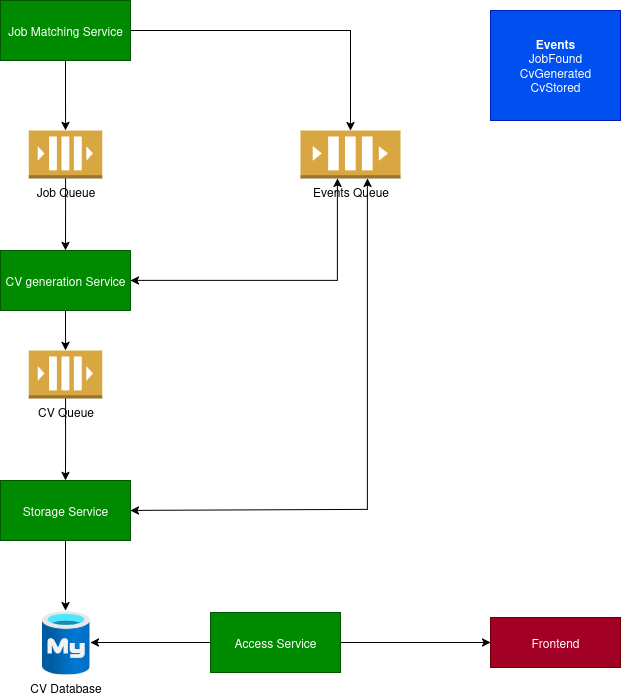
metemertkan/HirePilot keeps this draw.io diagram as HirePilot.drawio.png. Above is the earlier version. Source tidied: cells renumbered, new cells last; positions are measured from the earlier drawing's top-left corner, leaving out a move shared by most shapes.
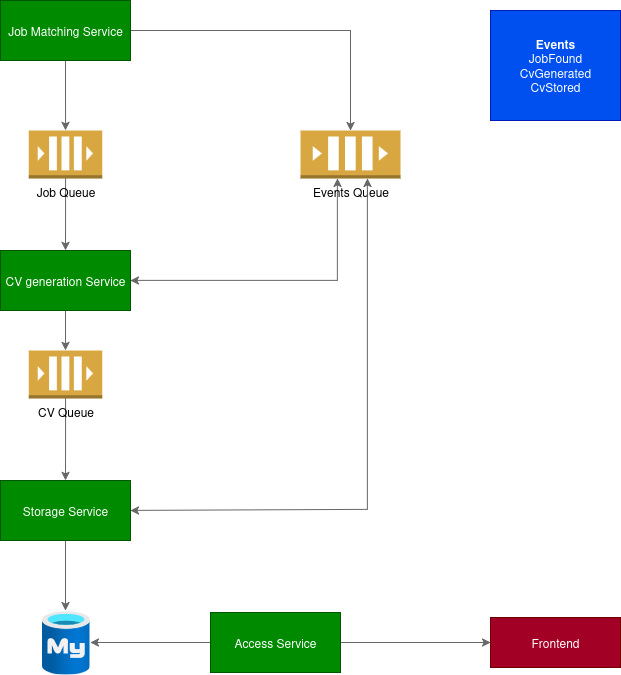
Above is the later version.

Change to the diagram source:
```diff
@@ -2,43 +2,43 @@
   <root>
     <mxCell id="0" />
     <mxCell id="1" parent="0" />
-    <mxCell id="2" style="edgeStyle=orthogonalEdgeStyle;rounded=0;jettySize=auto;html=1;" parent="1" edge="1" source="4" target="6">
+    <mxCell id="2" style="edgeStyle=orthogonalEdgeStyle;rounded=0;jettySize=auto;html=1;fillColor=#f5f5f5;strokeColor=#666666;" parent="1" edge="1" source="4" target="6">
       <mxGeometry relative="1" as="geometry" />
     </mxCell>
-    <mxCell id="3" style="edgeStyle=orthogonalEdgeStyle;rounded=0;jettySize=auto;html=1;" parent="1" edge="1" source="4" target="15">
+    <mxCell id="3" style="edgeStyle=orthogonalEdgeStyle;rounded=0;jettySize=auto;html=1;fillColor=#f5f5f5;strokeColor=#666666;" parent="1" edge="1" source="4" target="15">
       <mxGeometry relative="1" as="geometry" />
     </mxCell>
     <mxCell id="4" value="&lt;div&gt;Job Matching Service&lt;/div&gt;" style="rounded=0;whiteSpace=wrap;html=1;fillColor=#008a00;strokeColor=#005700;fontColor=#ffffff;" parent="1" vertex="1">
       <mxGeometry width="130" height="60" as="geometry" />
     </mxCell>
-    <mxCell id="5" style="edgeStyle=orthogonalEdgeStyle;rounded=0;jettySize=auto;html=1;" parent="1" edge="1" source="6" target="8">
+    <mxCell id="5" style="edgeStyle=orthogonalEdgeStyle;rounded=0;jettySize=auto;html=1;fillColor=#f5f5f5;strokeColor=#666666;" parent="1" edge="1" source="6" target="8">
       <mxGeometry relative="1" as="geometry" />
     </mxCell>
     <mxCell id="6" value="&lt;div&gt;Job Queue&lt;/div&gt;" style="outlineConnect=0;dashed=0;verticalLabelPosition=bottom;verticalAlign=top;align=center;html=1;shape=mxgraph.aws3.queue;fillColor=#D9A741;gradientColor=none;" parent="1" vertex="1">
       <mxGeometry x="28.2" y="130" width="73.5" height="48" as="geometry" />
     </mxCell>
-    <mxCell id="7" style="edgeStyle=orthogonalEdgeStyle;rounded=0;jettySize=auto;html=1;" parent="1" edge="1" source="8" target="12">
+    <mxCell id="7" style="edgeStyle=orthogonalEdgeStyle;rounded=0;jettySize=auto;html=1;fillColor=#f5f5f5;strokeColor=#666666;" parent="1" edge="1" source="8" target="12">
       <mxGeometry relative="1" as="geometry" />
     </mxCell>
     <mxCell id="8" value="CV generation Service" style="rounded=0;whiteSpace=wrap;html=1;fillColor=#008a00;strokeColor=#005700;fontColor=#ffffff;" parent="1" vertex="1">
       <mxGeometry y="250" width="130" height="60" as="geometry" />
     </mxCell>
-    <mxCell id="9" style="edgeStyle=orthogonalEdgeStyle;rounded=0;jettySize=auto;html=1;" parent="1" edge="1" source="10" target="13">
+    <mxCell id="9" style="edgeStyle=orthogonalEdgeStyle;rounded=0;jettySize=auto;html=1;fillColor=#f5f5f5;strokeColor=#666666;" parent="1" edge="1" source="10" target="13">
       <mxGeometry relative="1" as="geometry" />
     </mxCell>
     <mxCell id="10" value="Storage Service" style="rounded=0;whiteSpace=wrap;html=1;fillColor=#008a00;strokeColor=#005700;fontColor=#ffffff;" parent="1" vertex="1">
       <mxGeometry y="480" width="130" height="60" as="geometry" />
     </mxCell>
-    <mxCell id="11" style="edgeStyle=orthogonalEdgeStyle;rounded=0;jettySize=auto;html=1;" parent="1" edge="1" source="12" target="10">
+    <mxCell id="11" style="edgeStyle=orthogonalEdgeStyle;rounded=0;jettySize=auto;html=1;fillColor=#f5f5f5;strokeColor=#666666;" parent="1" edge="1" source="12" target="10">
       <mxGeometry relative="1" as="geometry" />
     </mxCell>
     <mxCell id="12" value="CV Queue" style="outlineConnect=0;dashed=0;verticalLabelPosition=bottom;verticalAlign=top;align=center;html=1;shape=mxgraph.aws3.queue;fillColor=#D9A741;gradientColor=none;" parent="1" vertex="1">
       <mxGeometry x="28.2" y="350" width="73.5" height="48" as="geometry" />
     </mxCell>
-    <mxCell id="13" value="&lt;div&gt;CV Database&lt;/div&gt;" style="image;html=1;points=[];align=center;fontSize=12;image=img/lib/azure2/databases/Azure_Database_MySQL_Server.svg;" parent="1" vertex="1">
+    <mxCell id="13" style="image;html=1;points=[];align=center;fontSize=12;image=img/lib/azure2/databases/Azure_Database_MySQL_Server.svg;" parent="1" vertex="1">
       <mxGeometry x="41" y="610" width="48" height="64" as="geometry" />
     </mxCell>
-    <mxCell id="14" style="edgeStyle=orthogonalEdgeStyle;rounded=0;jettySize=auto;html=1;entryX=1;entryY=0.5;entryDx=0;entryDy=0;startArrow=classic;startFill=1;" parent="1" edge="1" source="15" target="8">
+    <mxCell id="14" style="edgeStyle=orthogonalEdgeStyle;rounded=0;jettySize=auto;html=1;entryX=1;entryY=0.5;entryDx=0;entryDy=0;startArrow=classic;startFill=1;fillColor=#f5f5f5;strokeColor=#666666;" parent="1" edge="1" source="15" target="8">
       <mxGeometry relative="1" as="geometry">
         <Array as="points">
           <mxPoint x="337" y="280" />
@@ -48,7 +48,7 @@
     <mxCell id="15" value="&lt;div&gt;Events Queue&lt;/div&gt;" style="outlineConnect=0;dashed=0;verticalLabelPosition=bottom;verticalAlign=top;align=center;html=1;shape=mxgraph.aws3.queue;fillColor=#D9A741;gradientColor=none;" parent="1" vertex="1">
       <mxGeometry x="300" y="130" width="100" height="48" as="geometry" />
     </mxCell>
-    <mxCell id="16" style="edgeStyle=orthogonalEdgeStyle;rounded=0;jettySize=auto;html=1;entryX=1;entryY=0.5;entryDx=0;entryDy=0;startArrow=classic;startFill=1;" parent="1" edge="1" source="15" target="10">
+    <mxCell id="16" style="edgeStyle=orthogonalEdgeStyle;rounded=0;jettySize=auto;html=1;entryX=1;entryY=0.5;entryDx=0;entryDy=0;startArrow=classic;startFill=1;fillColor=#f5f5f5;strokeColor=#666666;" parent="1" edge="1" source="15" target="10">
       <mxGeometry relative="1" as="geometry">
         <Array as="points">
           <mxPoint x="367" y="509" />
@@ -61,12 +61,12 @@
     <mxCell id="18" value="Frontend" style="rounded=0;whiteSpace=wrap;html=1;fillColor=#a20025;strokeColor=#6F0000;fontColor=#ffffff;" parent="1" vertex="1">
       <mxGeometry x="490" y="617" width="130" height="50" as="geometry" />
     </mxCell>
-    <mxCell id="19" style="edgeStyle=orthogonalEdgeStyle;rounded=0;jettySize=auto;html=1;" parent="1" edge="1" source="21">
+    <mxCell id="19" style="edgeStyle=orthogonalEdgeStyle;rounded=0;jettySize=auto;html=1;fillColor=#f5f5f5;strokeColor=#666666;" parent="1" edge="1" source="21">
       <mxGeometry relative="1" as="geometry">
         <mxPoint x="90" y="642" as="targetPoint" />
       </mxGeometry>
     </mxCell>
-    <mxCell id="20" style="edgeStyle=orthogonalEdgeStyle;rounded=0;jettySize=auto;html=1;" parent="1" edge="1" source="21" target="18">
+    <mxCell id="20" style="edgeStyle=orthogonalEdgeStyle;rounded=0;jettySize=auto;html=1;fillColor=#f5f5f5;strokeColor=#666666;" parent="1" edge="1" source="21" target="18">
       <mxGeometry relative="1" as="geometry" />
     </mxCell>
     <mxCell id="21" value="&lt;div&gt;Access Service&lt;/div&gt;" style="rounded=0;whiteSpace=wrap;html=1;fillColor=#008a00;strokeColor=#005700;fontColor=#ffffff;" parent="1" vertex="1">
```
